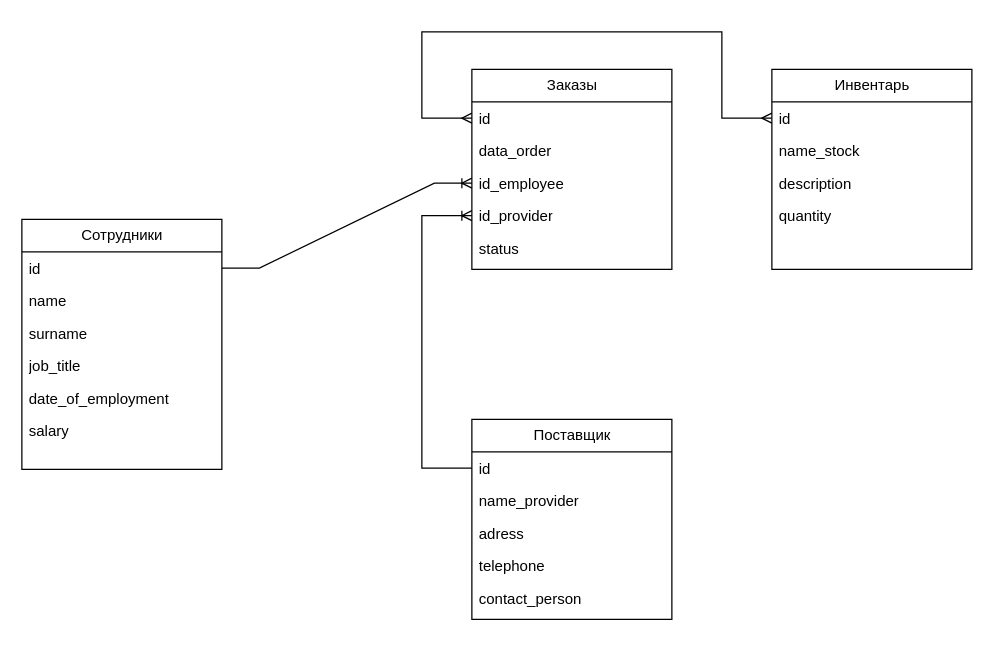
This is server/stock_react.drawio from Izike1/stock_react, a draw.io file, before an edit. Source tidied: cells renumbered, new cells numbered last; positions are measured from the earlier drawing's top-left corner, leaving out a move shared by most shapes. Both pictures are drawn from the tidied source at 125%, with x=0, y=0 at pixel (21, 31).
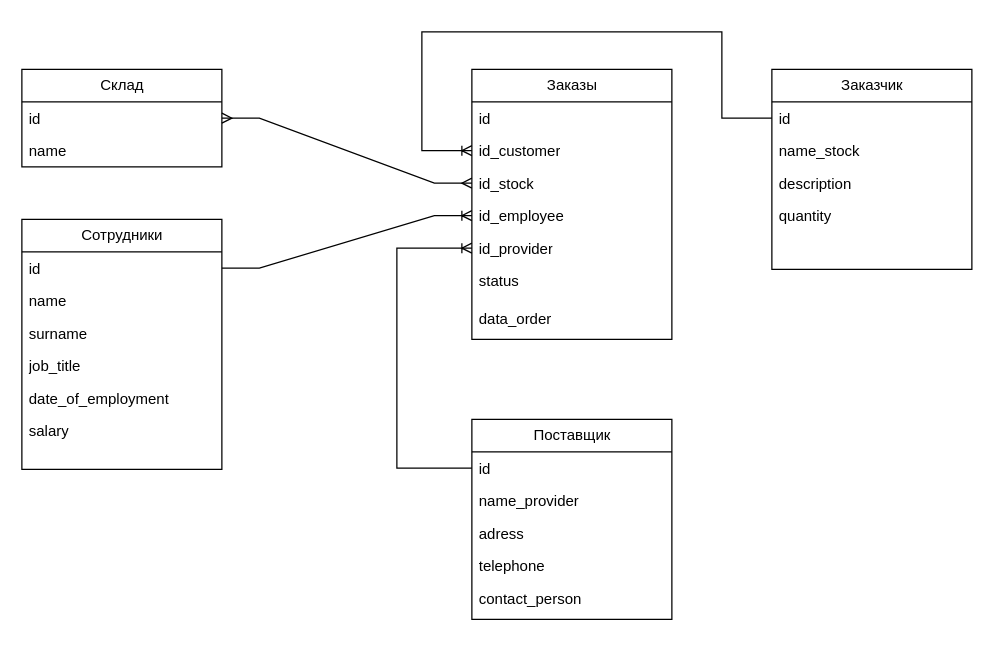
The same diagram, later.

The change refers to these unchanged cells:
```xml
<mxCell id="10" value="id" style="text;strokeColor=none;fillColor=none;align=left;verticalAlign=top;spacingLeft=4;spacingRight=4;overflow=hidden;points=[[0,0.5],[1,0.5]];portConstraint=eastwest;whiteSpace=wrap;html=1;" parent="9" vertex="1">
  <mxGeometry y="26" width="160" height="26" as="geometry" />
</mxCell>
<mxCell id="15" value="id" style="text;strokeColor=none;fillColor=none;align=left;verticalAlign=top;spacingLeft=4;spacingRight=4;overflow=hidden;points=[[0,0.5],[1,0.5]];portConstraint=eastwest;whiteSpace=wrap;html=1;" parent="14" vertex="1">
  <mxGeometry y="26" width="160" height="26" as="geometry" />
</mxCell>
<mxCell id="21" value="id" style="text;strokeColor=none;fillColor=none;align=left;verticalAlign=top;spacingLeft=4;spacingRight=4;overflow=hidden;points=[[0,0.5],[1,0.5]];portConstraint=eastwest;whiteSpace=wrap;html=1;" parent="20" vertex="1">
  <mxGeometry y="26" width="160" height="26" as="geometry" />
</mxCell>
```

Diff of the diagram source:
```diff
@@
-    <mxCell id="9" value="Инвентарь" style="swimlane;fontStyle=0;horizontal=1;startSize=26;fillColor=none;html=1;" parent="1" vertex="1">
+    <mxCell id="9" value="Заказчик" style="swimlane;fontStyle=0;horizontal=1;startSize=26;fillColor=none;html=1;" parent="1" vertex="1">
       <mxGeometry x="600" y="30" width="160" height="160" as="geometry" />
     </mxCell>
@@
     <mxCell id="14" value="Заказы" style="swimlane;fontStyle=0;horizontal=1;startSize=26;fillColor=none;html=1;" parent="1" vertex="1">
-      <mxGeometry x="360" y="30" width="160" height="160" as="geometry" />
+      <mxGeometry x="360" y="30" width="160" height="216" as="geometry" />
     </mxCell>
@@
-    <mxCell id="16" value="data_order" style="text;strokeColor=none;fillColor=none;align=left;verticalAlign=top;spacingLeft=4;spacingRight=4;overflow=hidden;whiteSpace=wrap;html=1;" parent="14" vertex="1">
-      <mxGeometry y="52" width="160" height="26" as="geometry" />
-    </mxCell>
+    <mxCell id="29" value="id_customer" style="text;strokeColor=none;fillColor=none;align=left;verticalAlign=top;spacingLeft=4;spacingRight=4;overflow=hidden;points=[[0,0.5],[1,0.5]];portConstraint=eastwest;whiteSpace=wrap;html=1;" parent="14" vertex="1">
+      <mxGeometry y="52" width="160" height="26" as="geometry" />
+    </mxCell>
+    <mxCell id="30" value="id_stock" style="text;strokeColor=none;fillColor=none;align=left;verticalAlign=top;spacingLeft=4;spacingRight=4;overflow=hidden;points=[[0,0.5],[1,0.5]];portConstraint=eastwest;whiteSpace=wrap;html=1;" parent="14" vertex="1">
+      <mxGeometry y="78" width="160" height="26" as="geometry" />
+    </mxCell>
     <mxCell id="17" value="id_employee" style="text;strokeColor=none;fillColor=none;align=left;verticalAlign=top;spacingLeft=4;spacingRight=4;overflow=hidden;points=[[0,0.5],[1,0.5]];portConstraint=eastwest;whiteSpace=wrap;html=1;" parent="14" vertex="1">
-      <mxGeometry y="78" width="160" height="26" as="geometry" />
+      <mxGeometry y="104" width="160" height="26" as="geometry" />
     </mxCell>
     <mxCell id="18" value="id_provider" style="text;strokeColor=none;fillColor=none;align=left;verticalAlign=top;spacingLeft=4;spacingRight=4;overflow=hidden;points=[[0,0.5],[1,0.5]];portConstraint=eastwest;whiteSpace=wrap;html=1;" parent="14" vertex="1">
-      <mxGeometry y="104" width="160" height="26" as="geometry" />
+      <mxGeometry y="130" width="160" height="26" as="geometry" />
     </mxCell>
     <mxCell id="19" value="status" style="text;strokeColor=none;fillColor=none;align=left;verticalAlign=top;spacingLeft=4;spacingRight=4;overflow=hidden;whiteSpace=wrap;html=1;" parent="14" vertex="1">
-      <mxGeometry y="130" width="160" height="30" as="geometry" />
+      <mxGeometry y="156" width="160" height="30" as="geometry" />
     </mxCell>
+    <mxCell id="16" value="data_order" style="text;strokeColor=none;fillColor=none;align=left;verticalAlign=top;spacingLeft=4;spacingRight=4;overflow=hidden;whiteSpace=wrap;html=1;" parent="14" vertex="1">
+      <mxGeometry y="186" width="160" height="30" as="geometry" />
+    </mxCell>
@@
     <mxCell id="27" style="edgeStyle=orthogonalEdgeStyle;fontSize=12;html=1;endArrow=ERoneToMany;rounded=0;exitX=0;exitY=0.5;exitDx=0;exitDy=0;entryX=0;entryY=0.5;entryDx=0;entryDy=0;" parent="1" edge="1" source="21" target="18">
       <mxGeometry relative="1" as="geometry">
         <Array as="points">
-          <mxPoint x="320" y="349" />
-          <mxPoint x="320" y="147" />
+          <mxPoint x="300" y="349" />
+          <mxPoint x="300" y="173" />
         </Array>
       </mxGeometry>
     </mxCell>
-    <mxCell id="28" style="edgeStyle=orthogonalEdgeStyle;fontSize=12;html=1;endArrow=ERmany;startArrow=ERmany;rounded=0;entryX=0;entryY=0.5;entryDx=0;entryDy=0;exitX=0;exitY=0.5;exitDx=0;exitDy=0;" parent="1" edge="1" source="15" target="10">
-      <mxGeometry relative="1" as="geometry">
-        <Array as="points">
-          <mxPoint x="320" y="69" />
-          <mxPoint x="320" />
-          <mxPoint x="560" />
-          <mxPoint x="560" y="69" />
-        </Array>
-      </mxGeometry>
-    </mxCell>
+    <mxCell id="31" style="fontSize=12;html=1;endArrow=ERoneToMany;rounded=0;entryX=0;entryY=0.5;entryDx=0;entryDy=0;exitX=0;exitY=0.5;exitDx=0;exitDy=0;edgeStyle=orthogonalEdgeStyle;" parent="1" edge="1" source="10" target="29">
+      <mxGeometry relative="1" as="geometry">
+        <Array as="points">
+          <mxPoint x="560" y="69" />
+          <mxPoint x="560" />
+          <mxPoint x="320" />
+          <mxPoint x="320" y="95" />
+        </Array>
+      </mxGeometry>
+    </mxCell>
+    <mxCell id="32" value="Склад" style="swimlane;fontStyle=0;horizontal=1;startSize=26;fillColor=none;html=1;" parent="1" vertex="1">
+      <mxGeometry y="30" width="160" height="78" as="geometry" />
+    </mxCell>
+    <mxCell id="33" value="id" style="text;strokeColor=none;fillColor=none;align=left;verticalAlign=top;spacingLeft=4;spacingRight=4;overflow=hidden;points=[[0,0.5],[1,0.5]];portConstraint=eastwest;whiteSpace=wrap;html=1;" parent="32" vertex="1">
+      <mxGeometry y="26" width="160" height="26" as="geometry" />
+    </mxCell>
+    <mxCell id="34" value="name" style="text;strokeColor=none;fillColor=none;align=left;verticalAlign=top;spacingLeft=4;spacingRight=4;overflow=hidden;whiteSpace=wrap;html=1;" parent="32" vertex="1">
+      <mxGeometry y="52" width="160" height="26" as="geometry" />
+    </mxCell>
+    <mxCell id="35" style="edgeStyle=entityRelationEdgeStyle;fontSize=12;html=1;endArrow=ERmany;startArrow=ERmany;rounded=0;exitX=1;exitY=0.5;exitDx=0;exitDy=0;entryX=0;entryY=0.5;entryDx=0;entryDy=0;" parent="1" edge="1" source="33" target="30">
+      <mxGeometry relative="1" as="geometry" />
+    </mxCell>
```
